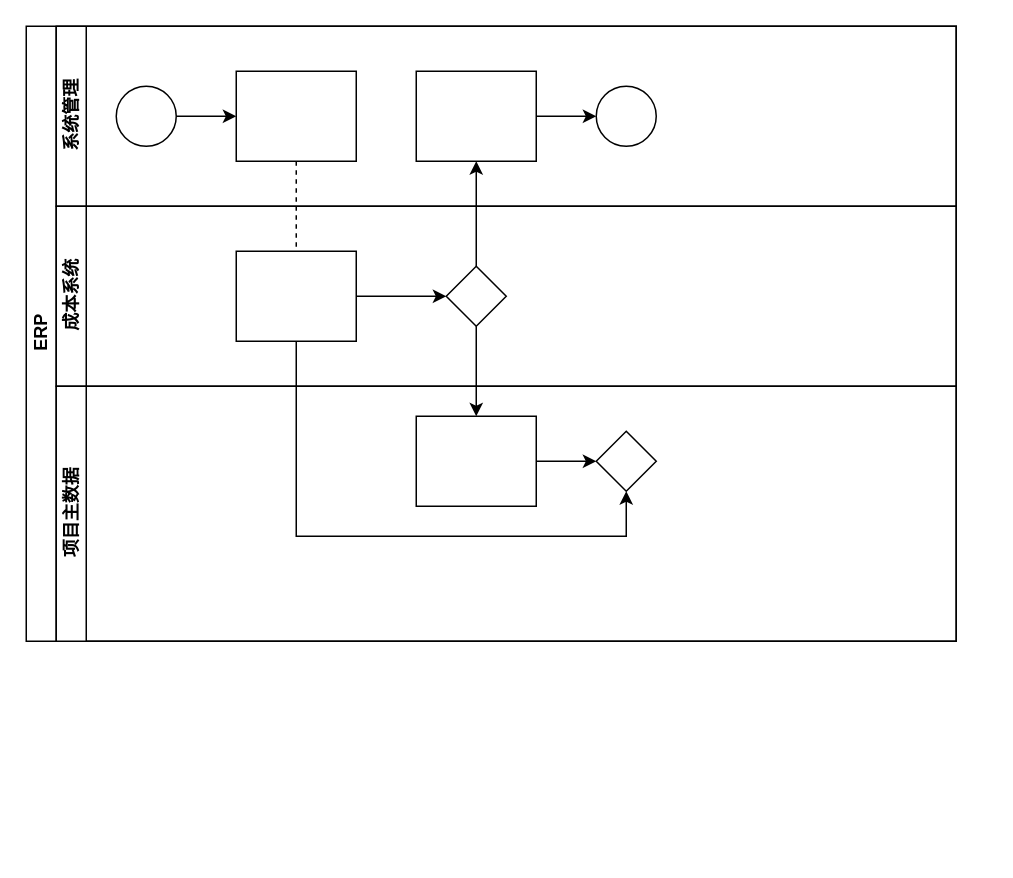
Above: Untitled Diagram.drawio in GpigeonCX/hello_world (draw.io), before the change. Source tidied: cells renumbered, new cells numbered last; positions are measured from the earlier drawing's top-left corner, leaving out a move shared by most shapes. Both pictures are drawn from the tidied source at 150%, with x=0, y=0 at pixel (26, 26).
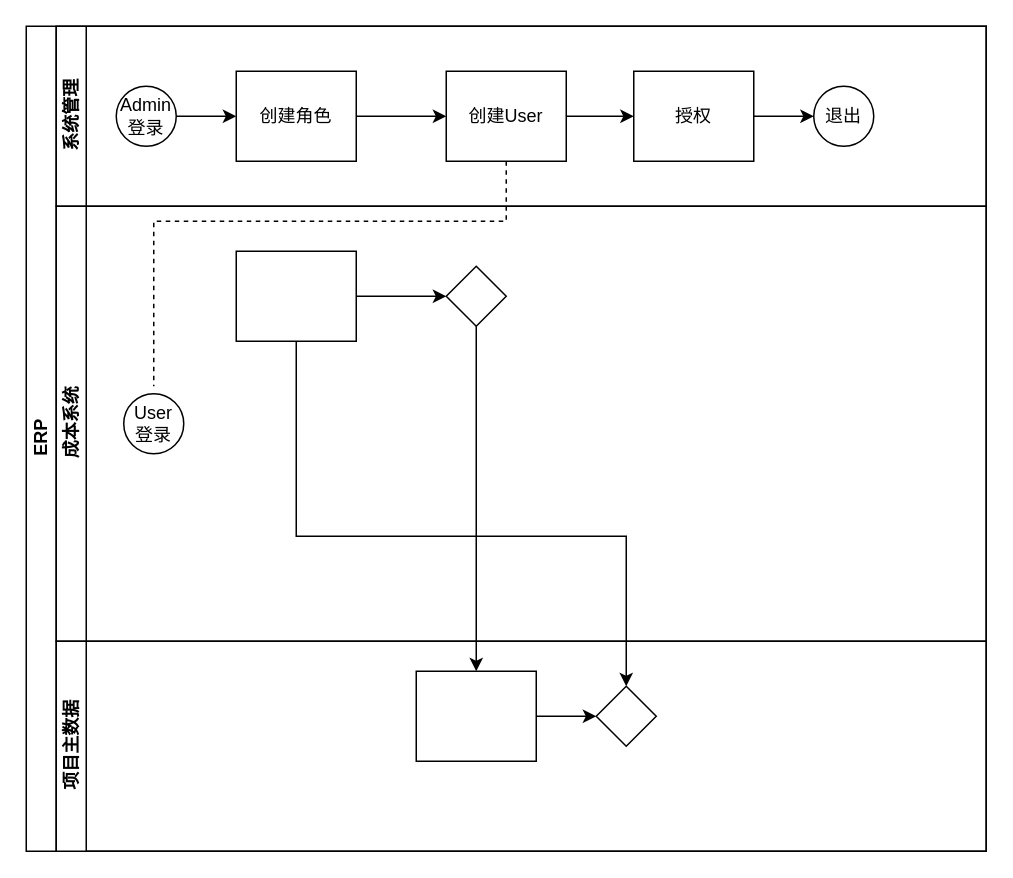
The same page after the edit.

Unchanged cells that the change refers to:
```xml
<mxCell id="17" style="rhombus;whiteSpace=wrap;html=1;fontFamily=Helvetica;fontSize=12;fontColor=#000000;align=center;" parent="14" vertex="1">
  <mxGeometry x="260" y="40" width="40" height="40" as="geometry" />
</mxCell>
<mxCell id="21" style="rhombus;whiteSpace=wrap;html=1;fontFamily=Helvetica;fontSize=12;fontColor=#000000;align=center;" parent="18" vertex="1">
  <mxGeometry x="360" y="30" width="40" height="40" as="geometry" />
</mxCell>
```

The edit, as a diff of the source:
```diff
@@
-    <mxCell id="2" value="ERP" style="swimlane;html=1;horizontal=0;startSize=20;" parent="1" vertex="1">
-      <mxGeometry width="620" height="410" as="geometry" />
+    <mxCell id="2" value="ERP" style="swimlane;html=1;horizontal=0;startSize=20;direction=east;" parent="1" vertex="1">
+      <mxGeometry width="640" height="550" as="geometry" />
     </mxCell>
-    <mxCell id="3" style="edgeStyle=orthogonalEdgeStyle;rounded=0;jettySize=auto;html=1;dashed=1;endArrow=none;endFill=0;" parent="2" edge="1" source="10" target="16">
-      <mxGeometry relative="1" as="geometry" />
-    </mxCell>
-    <mxCell id="4" style="edgeStyle=orthogonalEdgeStyle;rounded=0;jettySize=auto;html=1;endArrow=classic;endFill=1;" parent="2" edge="1" source="17" target="12">
-      <mxGeometry relative="1" as="geometry" />
-    </mxCell>
+    <mxCell id="22" style="edgeStyle=orthogonalEdgeStyle;rounded=0;jettySize=auto;html=1;dashed=1;endArrow=none;endFill=0;exitX=0.5;exitY=1;exitDx=0;exitDy=0;" parent="2" edge="1" source="32">
+      <mxGeometry relative="1" as="geometry">
+        <mxPoint x="85" y="240" as="targetPoint" />
+        <Array as="points">
+          <mxPoint x="320" y="130" />
+          <mxPoint x="85" y="130" />
+        </Array>
+      </mxGeometry>
+    </mxCell>
@@
-    <mxCell id="6" style="edgeStyle=orthogonalEdgeStyle;rounded=0;jettySize=auto;html=1;endArrow=classic;endFill=1;" parent="2" edge="1" source="16" target="21">
-      <mxGeometry relative="1" as="geometry">
-        <Array as="points">
-          <mxPoint x="180" y="340" />
-          <mxPoint x="400" y="340" />
-        </Array>
-      </mxGeometry>
-    </mxCell>
+    <mxCell id="23" style="edgeStyle=orthogonalEdgeStyle;rounded=0;jettySize=auto;html=1;endArrow=classic;endFill=1;" parent="2" edge="1" source="34" target="21">
+      <mxGeometry relative="1" as="geometry">
+        <Array as="points">
+          <mxPoint x="180" y="340" />
+          <mxPoint x="400" y="340" />
+        </Array>
+      </mxGeometry>
+    </mxCell>
-    <mxCell id="7" value="系统管理" style="swimlane;html=1;startSize=20;horizontal=0;" parent="2" vertex="1">
-      <mxGeometry x="20" width="600" height="120" as="geometry" />
+    <mxCell id="7" value="系统管理" style="swimlane;html=1;startSize=20;horizontal=0;direction=east;" parent="2" vertex="1">
+      <mxGeometry x="20" width="620" height="120" as="geometry" />
     </mxCell>
-    <mxCell id="8" style="edgeStyle=orthogonalEdgeStyle;rounded=0;jettySize=auto;html=1;" parent="7" edge="1" source="9" target="10">
-      <mxGeometry relative="1" as="geometry" />
-    </mxCell>
-    <mxCell id="9" style="ellipse;whiteSpace=wrap;html=1;" parent="7" vertex="1">
-      <mxGeometry x="40" y="40" width="40" height="40" as="geometry" />
-    </mxCell>
-    <mxCell id="10" style="rounded=0;whiteSpace=wrap;html=1;fontFamily=Helvetica;fontSize=12;fontColor=#000000;align=center;" parent="7" vertex="1">
-      <mxGeometry x="120" y="30" width="80" height="60" as="geometry" />
-    </mxCell>
-    <mxCell id="11" style="edgeStyle=orthogonalEdgeStyle;rounded=0;jettySize=auto;html=1;endArrow=classic;endFill=1;" parent="7" edge="1" source="12" target="13">
-      <mxGeometry relative="1" as="geometry" />
-    </mxCell>
-    <mxCell id="12" style="rounded=0;whiteSpace=wrap;html=1;fontFamily=Helvetica;fontSize=12;fontColor=#000000;align=center;" parent="7" vertex="1">
-      <mxGeometry x="240" y="30" width="80" height="60" as="geometry" />
-    </mxCell>
-    <mxCell id="13" style="ellipse;whiteSpace=wrap;html=1;" parent="7" vertex="1">
-      <mxGeometry x="360" y="40" width="40" height="40" as="geometry" />
-    </mxCell>
+    <mxCell id="24" style="edgeStyle=orthogonalEdgeStyle;rounded=0;jettySize=auto;html=1;" parent="7" edge="1" source="26" target="28">
+      <mxGeometry relative="1" as="geometry" />
+    </mxCell>
+    <mxCell id="25" value="退出" style="ellipse;whiteSpace=wrap;html=1;" parent="7" vertex="1">
+      <mxGeometry x="505" y="40" width="40" height="40" as="geometry" />
+    </mxCell>
+    <mxCell id="26" value="Admin登录" style="ellipse;whiteSpace=wrap;html=1;" parent="7" vertex="1">
+      <mxGeometry x="40" y="40" width="40" height="40" as="geometry" />
+    </mxCell>
+    <mxCell id="27" style="edgeStyle=orthogonalEdgeStyle;rounded=0;jettySize=auto;html=1;entryX=0;entryY=0.5;entryDx=0;entryDy=0;" parent="7" edge="1" source="28" target="32">
+      <mxGeometry relative="1" as="geometry" />
+    </mxCell>
+    <mxCell id="28" value="创建角色" style="rounded=0;whiteSpace=wrap;html=1;fontFamily=Helvetica;fontSize=12;fontColor=#000000;align=center;" parent="7" vertex="1">
+      <mxGeometry x="120" y="30" width="80" height="60" as="geometry" />
+    </mxCell>
+    <mxCell id="29" style="edgeStyle=orthogonalEdgeStyle;rounded=0;jettySize=auto;html=1;endArrow=classic;endFill=1;exitX=1;exitY=0.5;exitDx=0;exitDy=0;" parent="7" edge="1" source="31" target="25">
+      <mxGeometry relative="1" as="geometry" />
+    </mxCell>
+    <mxCell id="30" style="edgeStyle=orthogonalEdgeStyle;rounded=0;jettySize=auto;html=1;" parent="7" edge="1" source="32" target="31">
+      <mxGeometry relative="1" as="geometry" />
+    </mxCell>
+    <mxCell id="31" value="授权" style="rounded=0;whiteSpace=wrap;html=1;fontFamily=Helvetica;fontSize=12;fontColor=#000000;align=center;" parent="7" vertex="1">
+      <mxGeometry x="385" y="30" width="80" height="60" as="geometry" />
+    </mxCell>
+    <mxCell id="32" value="创建User" style="rounded=0;whiteSpace=wrap;html=1;fontFamily=Helvetica;fontSize=12;fontColor=#000000;align=center;" parent="7" vertex="1">
+      <mxGeometry x="260" y="30" width="80" height="60" as="geometry" />
+    </mxCell>
     <mxCell id="14" value="成本系统" style="swimlane;html=1;startSize=20;horizontal=0;" parent="2" vertex="1">
-      <mxGeometry x="20" y="120" width="600" height="120" as="geometry" />
+      <mxGeometry x="20" y="120" width="620" height="290" as="geometry" />
     </mxCell>
-    <mxCell id="15" style="edgeStyle=orthogonalEdgeStyle;rounded=0;jettySize=auto;html=1;endArrow=classic;endFill=1;" parent="14" edge="1" source="16" target="17">
-      <mxGeometry relative="1" as="geometry" />
-    </mxCell>
-    <mxCell id="16" style="rounded=0;whiteSpace=wrap;html=1;fontFamily=Helvetica;fontSize=12;fontColor=#000000;align=center;" parent="14" vertex="1">
-      <mxGeometry x="120" y="30" width="80" height="60" as="geometry" />
-    </mxCell>
+    <mxCell id="33" style="edgeStyle=orthogonalEdgeStyle;rounded=0;jettySize=auto;html=1;endArrow=classic;endFill=1;" parent="14" edge="1" source="34" target="17">
+      <mxGeometry relative="1" as="geometry" />
+    </mxCell>
+    <mxCell id="34" style="rounded=0;whiteSpace=wrap;html=1;fontFamily=Helvetica;fontSize=12;fontColor=#000000;align=center;" parent="14" vertex="1">
+      <mxGeometry x="120" y="30" width="80" height="60" as="geometry" />
+    </mxCell>
@@
+    <mxCell id="35" value="User 登录" style="ellipse;whiteSpace=wrap;html=1;" parent="14" vertex="1">
+      <mxGeometry x="45" y="125" width="40" height="40" as="geometry" />
+    </mxCell>
     <mxCell id="18" value="项目主数据" style="swimlane;html=1;startSize=20;horizontal=0;" parent="2" vertex="1">
-      <mxGeometry x="20" y="240" width="600" height="170" as="geometry" />
+      <mxGeometry x="20" y="410" width="620" height="140" as="geometry" />
     </mxCell>
```
